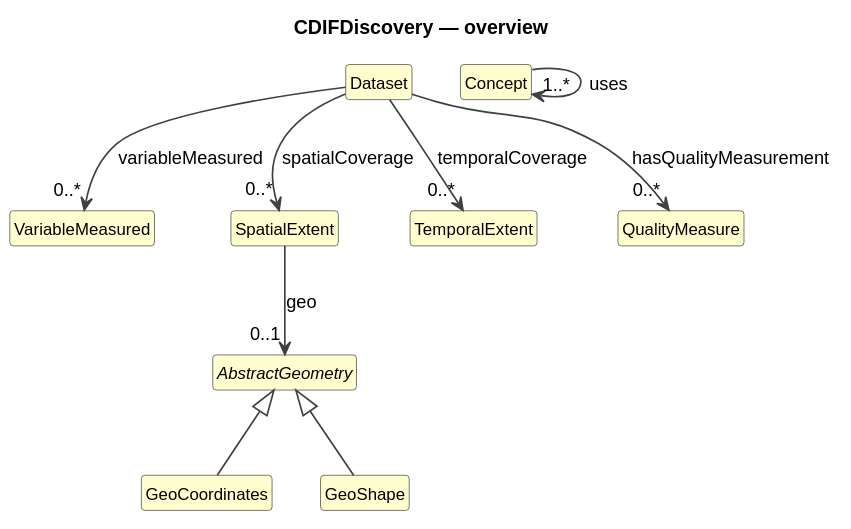
Cross-Domain-Interoperability-Framework/metadataBuildingBlocks keeps this PlantUML diagram as build/plantuml/cdifDiscovery/index.svg. Above is the earlier version. Source of this version:
```plantuml
@startuml
title CDIFDiscovery — overview
hide circle
hide empty members
skinparam shadowing false
skinparam ArrowThickness 1.2
skinparam class {
  ArrowColor #404040
  BorderColor #404040
  FontSize 12
}

class "Dataset" as Dataset #FEFECE
class "VariableMeasured" as VariableMeasured #FEFECE
class "SpatialExtent" as SpatialExtent #FEFECE
abstract class "AbstractGeometry" as AbstractGeometry #FEFECE
class "GeoCoordinates" as GeoCoordinates #FEFECE
class "GeoShape" as GeoShape #FEFECE
class "TemporalExtent" as TemporalExtent #FEFECE
class "QualityMeasure" as QualityMeasure #FEFECE
class "Concept" as Concept #FEFECE
class "Concept" as Concept #FEFECE
AbstractGeometry <|-- GeoCoordinates
AbstractGeometry <|-- GeoShape
Dataset --> "0..*" VariableMeasured : variableMeasured
Dataset --> "0..*" SpatialExtent : spatialCoverage
Dataset --> "0..*" TemporalExtent : temporalCoverage
Dataset --> "0..*" QualityMeasure : hasQualityMeasurement
SpatialExtent --> "0..1" AbstractGeometry : geo
Concept --> "1..*" Concept : uses
@enduml
```
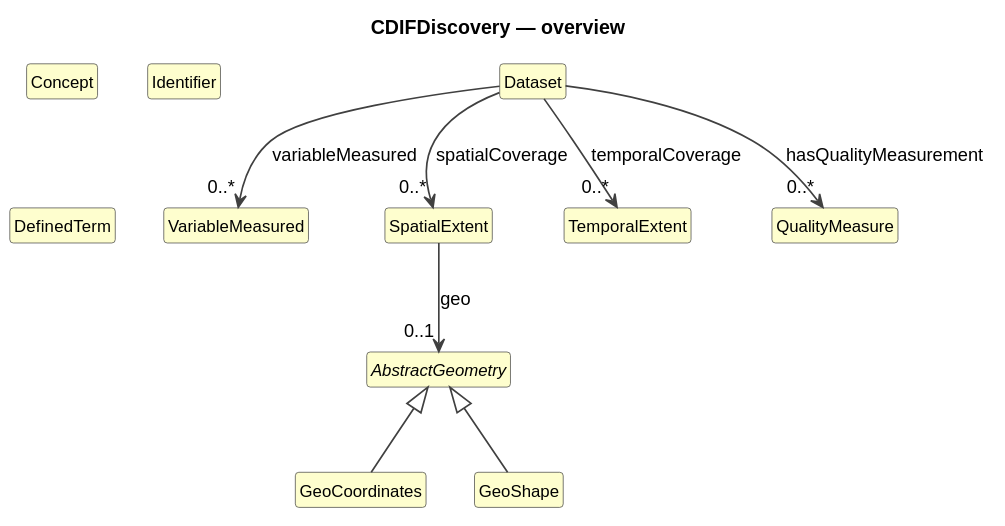
Later version of the same file.

The edit, as a diff of the source:
```diff
@@ -19,7 +19,8 @@
 class "TemporalExtent" as TemporalExtent #FEFECE
 class "QualityMeasure" as QualityMeasure #FEFECE
 class "Concept" as Concept #FEFECE
-class "Concept" as Concept #FEFECE
+class "Identifier" as Identifier #FEFECE
+class "DefinedTerm" as DefinedTerm #FEFECE
 AbstractGeometry <|-- GeoCoordinates
 AbstractGeometry <|-- GeoShape
 Dataset --> "0..*" VariableMeasured : variableMeasured
@@ -27,5 +28,4 @@
 Dataset --> "0..*" TemporalExtent : temporalCoverage
 Dataset --> "0..*" QualityMeasure : hasQualityMeasurement
 SpatialExtent --> "0..1" AbstractGeometry : geo
-Concept --> "1..*" Concept : uses
 @enduml
```
